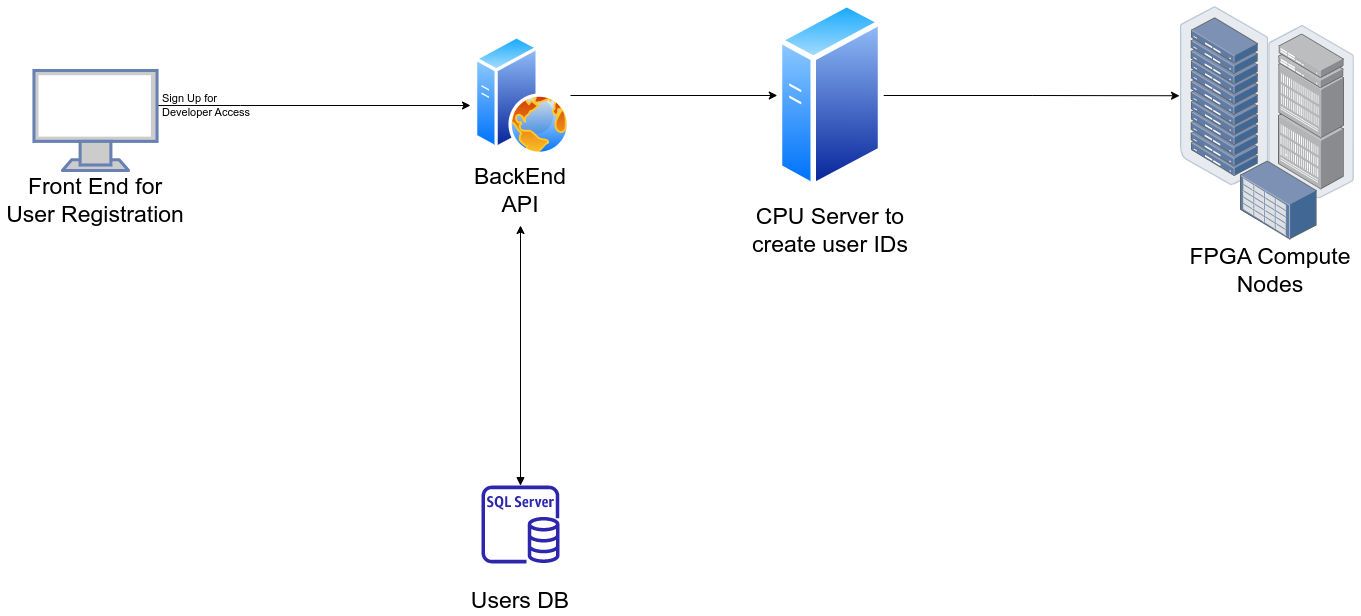
Above: Intel DevCloud Flow.drawio.png in belanasaikiran/FlowCharts (draw.io), before the change. Source tidied: cells renumbered, new cells last; positions are measured from the earlier drawing's top-left corner, leaving out a move shared by most shapes.
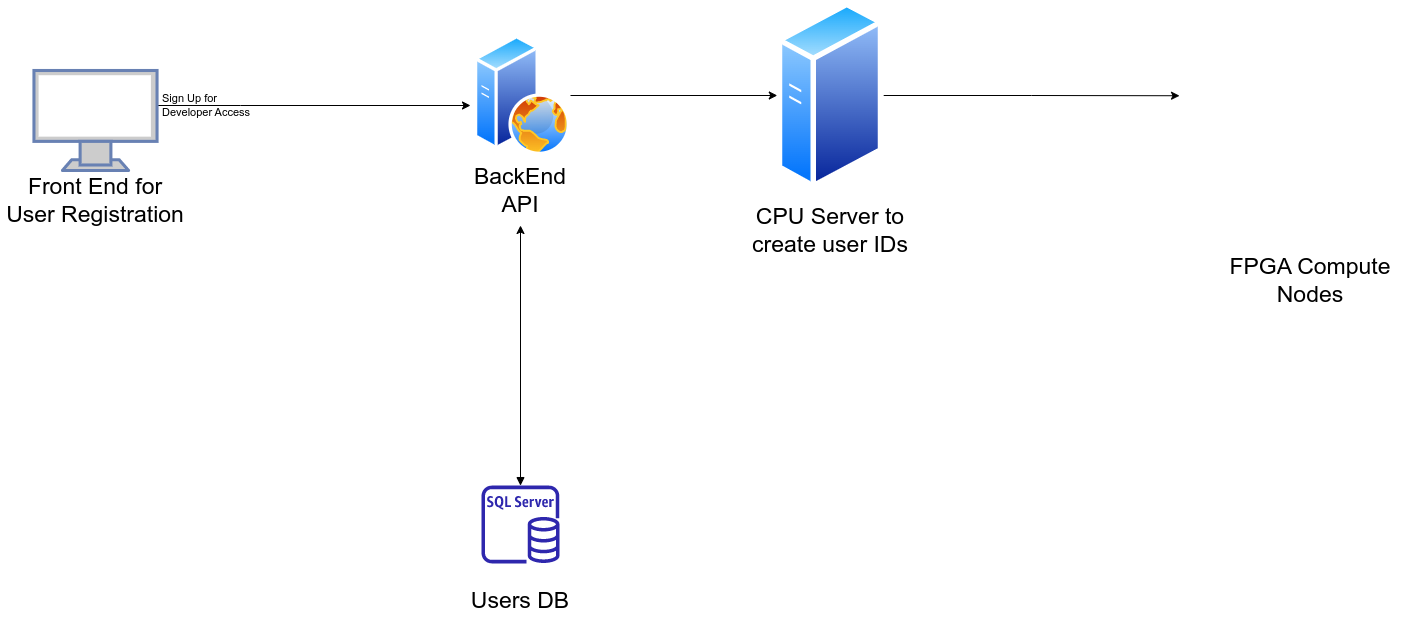
Above is the later version.

Diff of the diagram source:
```diff
@@ -29,25 +29,18 @@
     <mxCell id="8" style="edgeStyle=orthogonalEdgeStyle;rounded=0;jettySize=auto;html=1;entryX=0;entryY=0.5;entryDx=0;entryDy=0;fontSize=23;" parent="1" edge="1" source="20" target="7">
       <mxGeometry relative="1" as="geometry" />
     </mxCell>
-    <mxCell id="9" style="points=[];html=1;align=center;shadow=0;dashed=0;image;image=img/lib/allied_telesis/storage/Datacenter_Server_Rack.svg;fontSize=23;" parent="1" vertex="1">
-      <mxGeometry x="1180" y="6.2" width="88.2" height="178.8" as="geometry" />
-    </mxCell>
     <mxCell id="10" style="edgeStyle=orthogonalEdgeStyle;rounded=0;jettySize=auto;html=1;fontSize=23;startArrow=block;startFill=1;" parent="1" edge="1" source="17">
       <mxGeometry relative="1" as="geometry">
         <mxPoint x="520" y="225" as="targetPoint" />
       </mxGeometry>
     </mxCell>
-    <mxCell id="11" style="html=1;align=center;shadow=0;dashed=0;image;image=img/lib/allied_telesis/storage/Datacenter_Server_Rack_EoR.svg;fontSize=23;" parent="1" vertex="1">
-      <mxGeometry x="1268.2" y="25" width="85.8" height="173.4" as="geometry" />
-    </mxCell>
-    <mxCell id="12" style="html=1;align=center;shadow=0;dashed=0;image;image=img/lib/allied_telesis/storage/Datacenter_Server_Storage_Unit_Large.svg;fontSize=23;" parent="1" vertex="1">
-      <mxGeometry x="1240" y="160.4" width="76.8" height="79.2" as="geometry" />
-    </mxCell>
     <mxCell id="13" value="FPGA Compute Nodes" style="text;html=1;strokeColor=none;fillColor=none;align=center;verticalAlign=middle;whiteSpace=wrap;rounded=0;fontSize=23;" parent="1" vertex="1">
-      <mxGeometry x="1180" y="255" width="180" height="30" as="geometry" />
+      <mxGeometry x="1220" y="265" width="180" height="30" as="geometry" />
     </mxCell>
-    <mxCell id="14" style="edgeStyle=orthogonalEdgeStyle;rounded=0;jettySize=auto;html=1;entryX=-0.011;entryY=0.498;entryDx=0;entryDy=0;entryPerimeter=0;fontSize=23;" parent="1" edge="1" source="7" target="9">
-      <mxGeometry relative="1" as="geometry" />
+    <mxCell id="14" style="edgeStyle=orthogonalEdgeStyle;rounded=0;jettySize=auto;html=1;entryX=-0.011;entryY=0.498;entryDx=0;entryDy=0;entryPerimeter=0;fontSize=23;" parent="1" edge="1" source="7">
+      <mxGeometry relative="1" as="geometry">
+        <mxPoint x="1179" y="95.2" as="targetPoint" />
+      </mxGeometry>
     </mxCell>
     <mxCell id="15" style="group;" parent="1" vertex="1">
       <mxGeometry x="430" y="485" width="180" height="130" as="geometry" />
```
